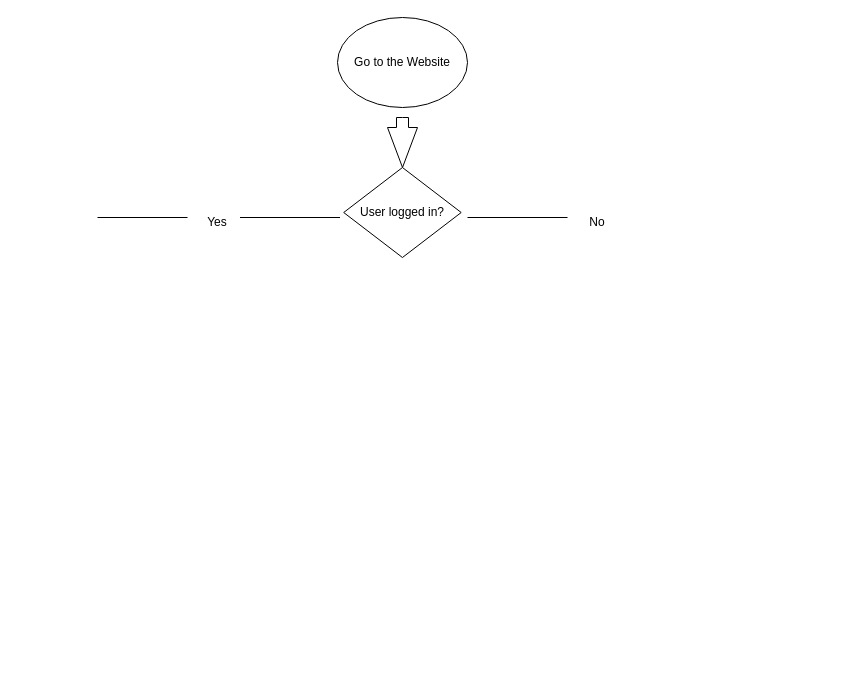
Earlier version of the draw.io diagram page "Page-1" (1 of 2) of zoom-dashboard.drawio (shfaria/Python_shorts). Source tidied: cells renumbered, new cells numbered last; positions are measured from the earlier drawing's top-left corner, leaving out a move shared by most shapes. Both pictures are drawn from the tidied source at 100%, with x=0, y=0 at pixel (97, 17).
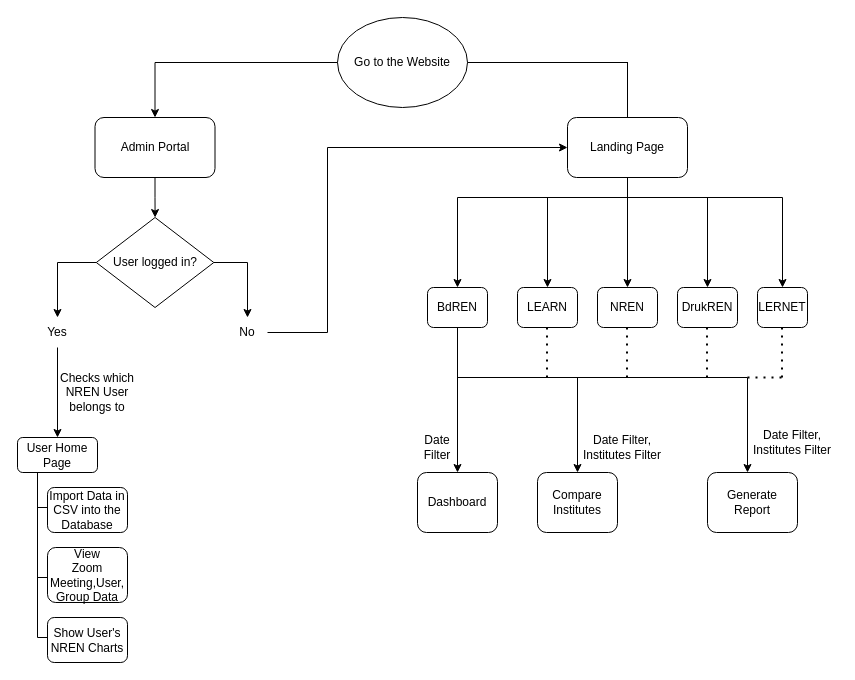
Above is the later version.

The change refers to these unchanged cells:
```xml
<mxCell id="2" value="Go to the Website" style="ellipse;whiteSpace=wrap;html=1;" parent="1" vertex="1">
  <mxGeometry x="240" width="130" height="90" as="geometry" />
</mxCell>
```

Change to the diagram source:
```diff
@@
+    <mxCell id="10" style="edgeStyle=orthogonalEdgeStyle;rounded=0;jettySize=auto;html=1;" parent="1" edge="1" source="20" target="4">
+      <mxGeometry relative="1" as="geometry" />
+    </mxCell>
+    <mxCell id="11" style="edgeStyle=orthogonalEdgeStyle;rounded=0;jettySize=auto;html=1;" parent="1" edge="1" source="2" target="24">
+      <mxGeometry relative="1" as="geometry">
+        <Array as="points">
+          <mxPoint x="530" y="45" />
+          <mxPoint x="530" y="180" />
+          <mxPoint x="360" y="180" />
+        </Array>
+      </mxGeometry>
+    </mxCell>
+    <mxCell id="12" style="edgeStyle=orthogonalEdgeStyle;rounded=0;jettySize=auto;html=1;entryX=0.5;entryY=0;entryDx=0;entryDy=0;" parent="1" edge="1" source="2" target="25">
+      <mxGeometry relative="1" as="geometry">
+        <Array as="points">
+          <mxPoint x="530" y="45" />
+          <mxPoint x="530" y="180" />
+          <mxPoint x="450" y="180" />
+        </Array>
+      </mxGeometry>
+    </mxCell>
+    <mxCell id="13" style="edgeStyle=orthogonalEdgeStyle;rounded=0;jettySize=auto;html=1;entryX=0.5;entryY=0;entryDx=0;entryDy=0;" parent="1" edge="1" source="2" target="26">
+      <mxGeometry relative="1" as="geometry" />
+    </mxCell>
+    <mxCell id="14" style="edgeStyle=orthogonalEdgeStyle;rounded=0;jettySize=auto;html=1;" parent="1" edge="1" source="2" target="28">
+      <mxGeometry relative="1" as="geometry">
+        <Array as="points">
+          <mxPoint x="530" y="45" />
+          <mxPoint x="530" y="180" />
+          <mxPoint x="610" y="180" />
+        </Array>
+      </mxGeometry>
+    </mxCell>
@@
-    <mxCell id="3" style="html=1;shadow=0;dashed=0;align=center;verticalAlign=middle;shape=mxgraph.arrows2.arrow;dy=0.6;dx=40;direction=south;notch=0;" parent="1" vertex="1">
-      <mxGeometry x="290" y="100" width="30" height="50" as="geometry" />
-    </mxCell>
+    <mxCell id="15" style="edgeStyle=orthogonalEdgeStyle;rounded=0;jettySize=auto;html=1;" parent="1" edge="1" source="4" target="7">
+      <mxGeometry relative="1" as="geometry" />
+    </mxCell>
+    <mxCell id="16" style="edgeStyle=orthogonalEdgeStyle;rounded=0;jettySize=auto;html=1;" parent="1" edge="1" source="4" target="8">
+      <mxGeometry relative="1" as="geometry" />
+    </mxCell>
     <mxCell id="4" value="User logged in?" style="rhombus;whiteSpace=wrap;html=1;" parent="1" vertex="1">
-      <mxGeometry x="246.2" y="150" width="117.5" height="90" as="geometry" />
+      <mxGeometry x="-1.2" y="200" width="117.5" height="90" as="geometry" />
     </mxCell>
-    <mxCell id="5" style="endArrow=none;html=1;rounded=0;" parent="1" edge="1">
-      <mxGeometry relative="1" as="geometry">
-        <mxPoint x="142.5" y="200" as="sourcePoint" />
-        <mxPoint x="242.5" y="200" as="targetPoint" />
-      </mxGeometry>
-    </mxCell>
-    <mxCell id="6" style="endArrow=none;html=1;rounded=0;" parent="1" edge="1">
-      <mxGeometry relative="1" as="geometry">
-        <mxPoint x="370" y="200" as="sourcePoint" />
-        <mxPoint x="470" y="200" as="targetPoint" />
-      </mxGeometry>
-    </mxCell>
+    <mxCell id="17" style="edgeStyle=orthogonalEdgeStyle;rounded=0;jettySize=auto;html=1;" parent="1" edge="1" source="7" target="29">
+      <mxGeometry relative="1" as="geometry" />
+    </mxCell>
     <mxCell id="7" value="Yes" style="text;html=1;strokeColor=none;fillColor=none;align=center;verticalAlign=middle;whiteSpace=wrap;rounded=0;" parent="1" vertex="1">
-      <mxGeometry x="90" y="190" width="60" height="30" as="geometry" />
+      <mxGeometry x="-70" y="300" width="60" height="30" as="geometry" />
     </mxCell>
+    <mxCell id="18" style="edgeStyle=orthogonalEdgeStyle;rounded=0;jettySize=auto;html=1;entryX=0;entryY=0.5;entryDx=0;entryDy=0;" parent="1" edge="1" target="45">
+      <mxGeometry relative="1" as="geometry">
+        <mxPoint x="170" y="315" as="sourcePoint" />
+        <Array as="points">
+          <mxPoint x="230" y="315" />
+          <mxPoint x="230" y="130" />
+        </Array>
+      </mxGeometry>
+    </mxCell>
     <mxCell id="8" value="No" style="text;html=1;strokeColor=none;fillColor=none;align=center;verticalAlign=middle;whiteSpace=wrap;rounded=0;" parent="1" vertex="1">
-      <mxGeometry x="470" y="190" width="60" height="30" as="geometry" />
+      <mxGeometry x="120" y="300" width="60" height="30" as="geometry" />
     </mxCell>
-    <mxCell id="9" style="endArrow=none;html=1;rounded=0;" parent="1" edge="1">
-      <mxGeometry relative="1" as="geometry">
-        <mxPoint y="200" as="sourcePoint" />
-        <mxPoint x="90" y="200" as="targetPoint" />
-      </mxGeometry>
-    </mxCell>
+    <mxCell id="19" style="edgeStyle=orthogonalEdgeStyle;rounded=0;jettySize=auto;html=1;" parent="1" edge="1" source="2" target="20">
+      <mxGeometry relative="1" as="geometry" />
+    </mxCell>
+    <mxCell id="20" value="&lt;div&gt;Admin Portal&lt;/div&gt;" style="rounded=1;whiteSpace=wrap;html=1;" parent="1" vertex="1">
+      <mxGeometry x="-2.5" y="100" width="120" height="60" as="geometry" />
+    </mxCell>
+    <mxCell id="21" style="edgeStyle=orthogonalEdgeStyle;rounded=0;jettySize=auto;html=1;" parent="1" edge="1" source="24" target="39">
+      <mxGeometry relative="1" as="geometry" />
+    </mxCell>
+    <mxCell id="22" style="edgeStyle=orthogonalEdgeStyle;rounded=0;jettySize=auto;html=1;" parent="1" edge="1" source="24" target="40">
+      <mxGeometry relative="1" as="geometry">
+        <Array as="points">
+          <mxPoint x="360" y="360" />
+          <mxPoint x="480" y="360" />
+        </Array>
+      </mxGeometry>
+    </mxCell>
+    <mxCell id="23" style="edgeStyle=orthogonalEdgeStyle;rounded=0;jettySize=auto;html=1;" parent="1" edge="1" source="24" target="41">
+      <mxGeometry relative="1" as="geometry">
+        <Array as="points">
+          <mxPoint x="360" y="360" />
+          <mxPoint x="650" y="360" />
+        </Array>
+      </mxGeometry>
+    </mxCell>
+    <mxCell id="24" value="BdREN" style="rounded=1;whiteSpace=wrap;html=1;" parent="1" vertex="1">
+      <mxGeometry x="330" y="270" width="60" height="40" as="geometry" />
+    </mxCell>
+    <mxCell id="25" value="LEARN" style="rounded=1;whiteSpace=wrap;html=1;" parent="1" vertex="1">
+      <mxGeometry x="420" y="270" width="60" height="40" as="geometry" />
+    </mxCell>
+    <mxCell id="26" value="NREN" style="rounded=1;whiteSpace=wrap;html=1;" parent="1" vertex="1">
+      <mxGeometry x="500" y="270" width="60" height="40" as="geometry" />
+    </mxCell>
+    <mxCell id="27" value="LERNET" style="rounded=1;whiteSpace=wrap;html=1;" parent="1" vertex="1">
+      <mxGeometry x="660" y="270" width="50" height="40" as="geometry" />
+    </mxCell>
+    <mxCell id="28" value="DrukREN" style="rounded=1;whiteSpace=wrap;html=1;" parent="1" vertex="1">
+      <mxGeometry x="580" y="270" width="60" height="40" as="geometry" />
+    </mxCell>
+    <mxCell id="29" value="User Home Page" style="rounded=1;whiteSpace=wrap;html=1;" parent="1" vertex="1">
+      <mxGeometry x="-80" y="420" width="80" height="35" as="geometry" />
+    </mxCell>
+    <mxCell id="30" value="Checks which NREN User belongs to " style="text;html=1;strokeColor=none;fillColor=none;align=center;verticalAlign=middle;whiteSpace=wrap;rounded=0;" parent="1" vertex="1">
+      <mxGeometry x="-40" y="340" width="80" height="70" as="geometry" />
+    </mxCell>
+    <mxCell id="31" value="Import Data in CSV into the Database" style="rounded=1;whiteSpace=wrap;html=1;" parent="1" vertex="1">
+      <mxGeometry x="-50" y="470" width="80" height="45" as="geometry" />
+    </mxCell>
+    <mxCell id="32" value="&lt;div&gt;View&lt;/div&gt;&lt;div&gt;Zoom Meeting,User, Group Data&lt;br&gt;&lt;/div&gt;" style="rounded=1;whiteSpace=wrap;html=1;" parent="1" vertex="1">
+      <mxGeometry x="-50" y="530" width="80" height="55" as="geometry" />
+    </mxCell>
+    <mxCell id="33" value="Show User's NREN Charts" style="rounded=1;whiteSpace=wrap;html=1;" parent="1" vertex="1">
+      <mxGeometry x="-50" y="600" width="80" height="45" as="geometry" />
+    </mxCell>
+    <mxCell id="34" style="endArrow=none;html=1;rounded=0;" parent="1" edge="1">
+      <mxGeometry relative="1" as="geometry">
+        <mxPoint x="-60" y="620" as="sourcePoint" />
+        <mxPoint x="-60" y="455" as="targetPoint" />
+      </mxGeometry>
+    </mxCell>
+    <mxCell id="35" style="endArrow=none;html=1;rounded=0;" parent="1" edge="1">
+      <mxGeometry relative="1" as="geometry">
+        <mxPoint x="-60" y="490" as="sourcePoint" />
+        <mxPoint x="-50" y="490" as="targetPoint" />
+      </mxGeometry>
+    </mxCell>
+    <mxCell id="36" style="endArrow=none;html=1;rounded=0;" parent="1" edge="1">
+      <mxGeometry relative="1" as="geometry">
+        <mxPoint x="-60" y="560" as="sourcePoint" />
+        <mxPoint x="-50" y="560" as="targetPoint" />
+      </mxGeometry>
+    </mxCell>
+    <mxCell id="37" style="endArrow=none;html=1;rounded=0;" parent="1" edge="1">
+      <mxGeometry relative="1" as="geometry">
+        <mxPoint x="-60" y="620" as="sourcePoint" />
+        <mxPoint x="-50" y="620" as="targetPoint" />
+      </mxGeometry>
+    </mxCell>
+    <mxCell id="38" value="&lt;div&gt;Date Filter&lt;/div&gt;" style="text;html=1;strokeColor=none;fillColor=none;align=center;verticalAlign=middle;whiteSpace=wrap;rounded=0;" parent="1" vertex="1">
+      <mxGeometry x="320" y="415" width="40" height="30" as="geometry" />
+    </mxCell>
+    <mxCell id="39" value="Dashboard" style="rounded=1;whiteSpace=wrap;html=1;" parent="1" vertex="1">
+      <mxGeometry x="320" y="455" width="80" height="60" as="geometry" />
+    </mxCell>
+    <mxCell id="40" value="Compare Institutes" style="rounded=1;whiteSpace=wrap;html=1;" parent="1" vertex="1">
+      <mxGeometry x="440" y="455" width="80" height="60" as="geometry" />
+    </mxCell>
+    <mxCell id="41" value="Generate Report" style="rounded=1;whiteSpace=wrap;html=1;" parent="1" vertex="1">
+      <mxGeometry x="610" y="455" width="90" height="60" as="geometry" />
+    </mxCell>
+    <mxCell id="42" value="&lt;div&gt;Date Filter,&lt;/div&gt;&lt;div&gt;Institutes Filter&lt;br&gt;&lt;/div&gt;" style="text;html=1;strokeColor=none;fillColor=none;align=center;verticalAlign=middle;whiteSpace=wrap;rounded=0;" parent="1" vertex="1">
+      <mxGeometry x="480" y="415" width="90" height="30" as="geometry" />
+    </mxCell>
+    <mxCell id="43" value="&lt;div&gt;Date Filter,&lt;/div&gt;&lt;div&gt;Institutes Filter&lt;br&gt;&lt;/div&gt;" style="text;html=1;strokeColor=none;fillColor=none;align=center;verticalAlign=middle;whiteSpace=wrap;rounded=0;" parent="1" vertex="1">
+      <mxGeometry x="650" y="410" width="90" height="30" as="geometry" />
+    </mxCell>
+    <mxCell id="44" style="edgeStyle=orthogonalEdgeStyle;rounded=0;jettySize=auto;html=1;" parent="1" edge="1" source="45" target="27">
+      <mxGeometry relative="1" as="geometry">
+        <Array as="points">
+          <mxPoint x="530" y="180" />
+          <mxPoint x="685" y="180" />
+        </Array>
+      </mxGeometry>
+    </mxCell>
+    <mxCell id="45" value="&lt;div&gt;Landing Page&lt;/div&gt;" style="rounded=1;whiteSpace=wrap;html=1;" parent="1" vertex="1">
+      <mxGeometry x="470" y="100" width="120" height="60" as="geometry" />
+    </mxCell>
+    <mxCell id="46" style="endArrow=none;dashed=1;html=1;dashPattern=1 3;strokeWidth=2;rounded=0;" parent="1" edge="1">
+      <mxGeometry relative="1" as="geometry">
+        <mxPoint x="449.5" y="360" as="sourcePoint" />
+        <mxPoint x="449.5" y="310" as="targetPoint" />
+      </mxGeometry>
+    </mxCell>
+    <mxCell id="47" style="endArrow=none;dashed=1;html=1;dashPattern=1 3;strokeWidth=2;rounded=0;" parent="1" edge="1">
+      <mxGeometry relative="1" as="geometry">
+        <mxPoint x="529.5" y="360" as="sourcePoint" />
+        <mxPoint x="529.5" y="310" as="targetPoint" />
+      </mxGeometry>
+    </mxCell>
+    <mxCell id="48" style="endArrow=none;dashed=1;html=1;dashPattern=1 3;strokeWidth=2;rounded=0;" parent="1" edge="1">
+      <mxGeometry relative="1" as="geometry">
+        <mxPoint x="609.5" y="360" as="sourcePoint" />
+        <mxPoint x="609.5" y="310" as="targetPoint" />
+      </mxGeometry>
+    </mxCell>
+    <mxCell id="49" style="endArrow=none;dashed=1;html=1;dashPattern=1 3;strokeWidth=2;rounded=0;" parent="1" edge="1">
+      <mxGeometry relative="1" as="geometry">
+        <mxPoint x="684.5" y="360" as="sourcePoint" />
+        <mxPoint x="684.5" y="310" as="targetPoint" />
+      </mxGeometry>
+    </mxCell>
+    <mxCell id="50" style="endArrow=none;dashed=1;html=1;dashPattern=1 3;strokeWidth=2;rounded=0;" parent="1" edge="1">
+      <mxGeometry relative="1" as="geometry">
+        <mxPoint x="650" y="360" as="sourcePoint" />
+        <mxPoint x="690" y="360" as="targetPoint" />
+      </mxGeometry>
+    </mxCell>
```
